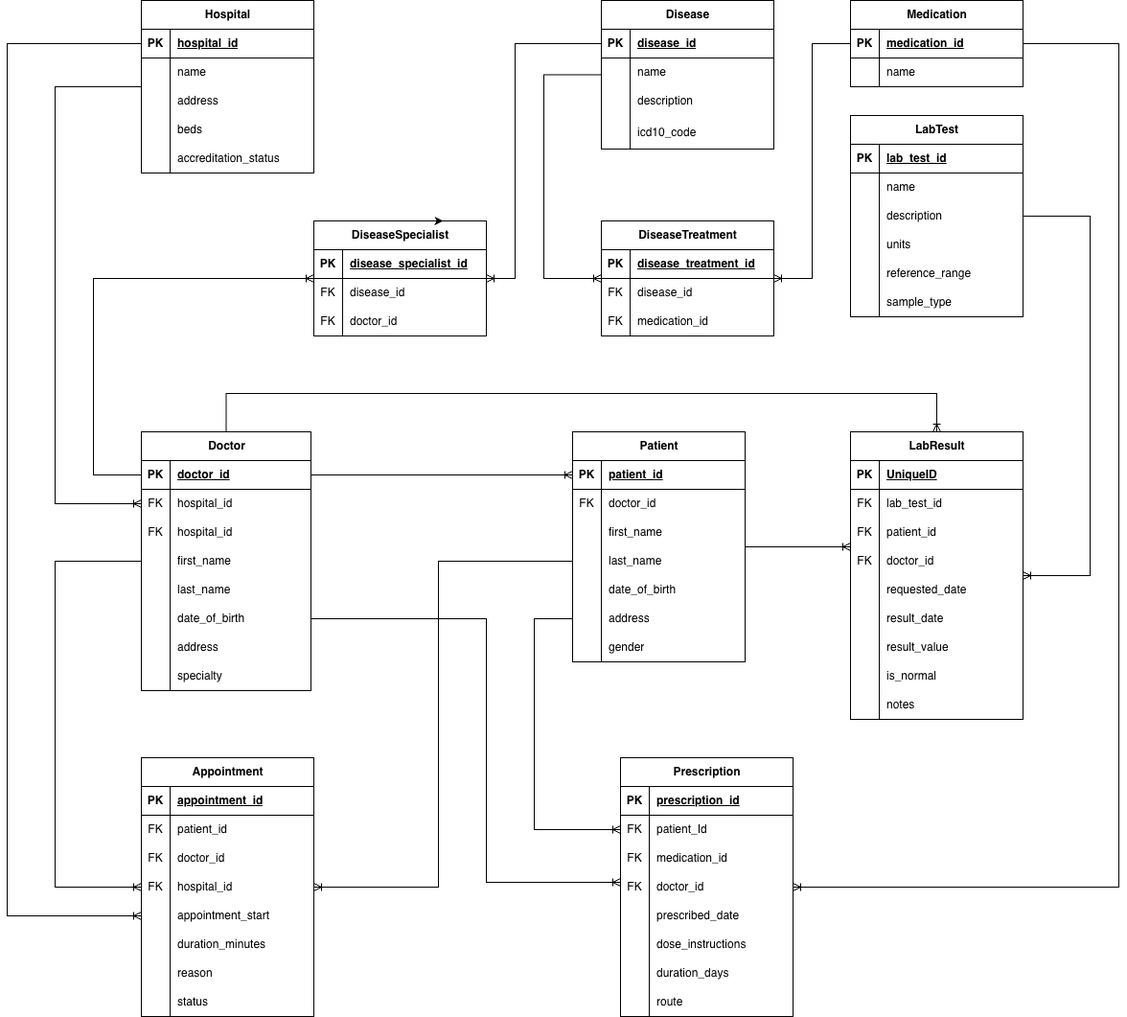
This is planning/erd.png from nyberry/HPDM172_assignment, a draw.io export, as it was before one commit. Source tidied: cells renumbered, new cells last; positions are measured from the earlier drawing's top-left corner, leaving out a move shared by most shapes.
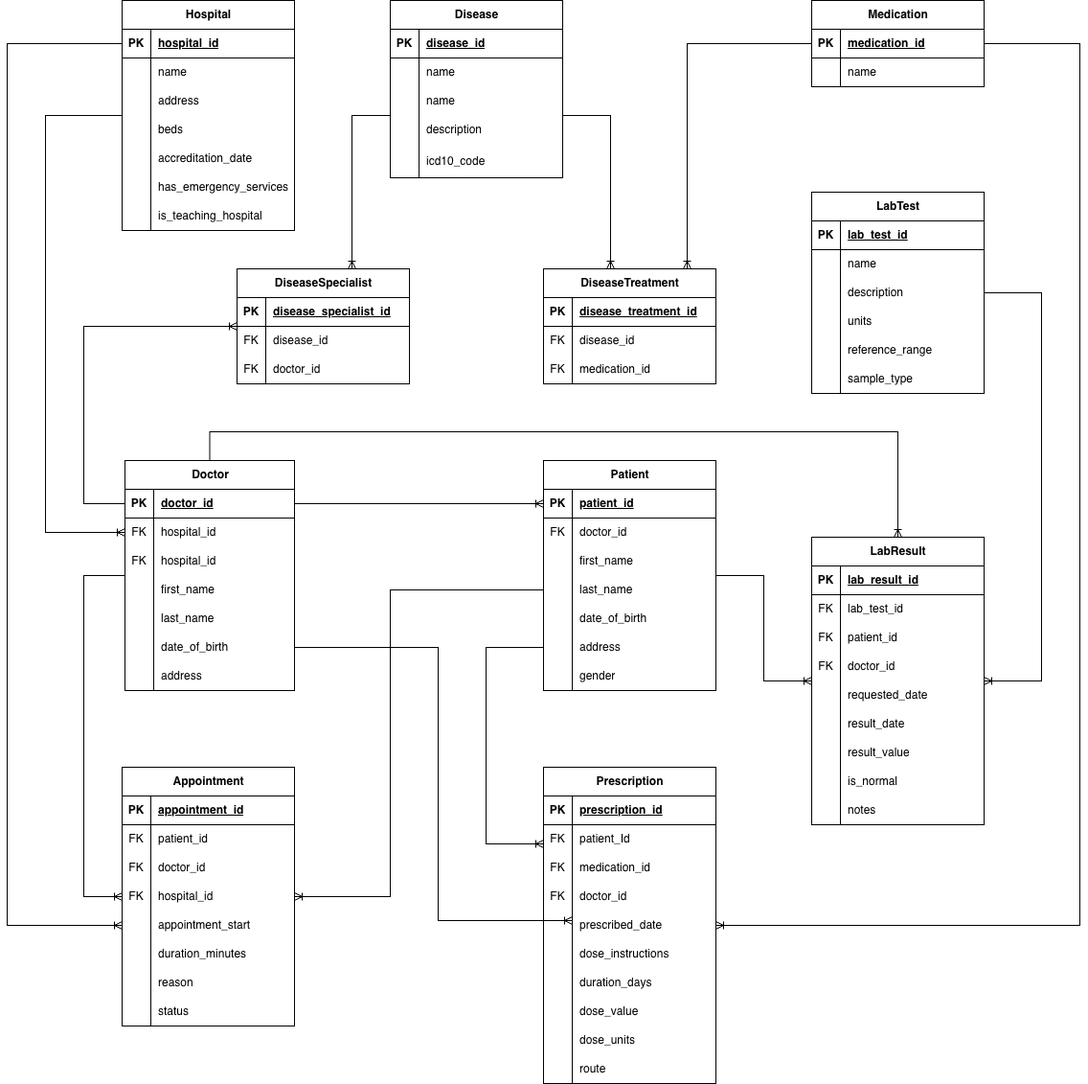
The same diagram one commit later.

Commit message:
update schema Hospital Doctor and Medication tables, update ERD

The edit, as a diff of the source:
```diff
@@ -5,3 +5,3 @@
     <mxCell id="2" value="Hospital" style="shape=table;startSize=30;rowLines=0;fontStyle=1;align=center;html=1;labelBackgroundColor=default;" parent="1" vertex="1">
-      <mxGeometry x="140" width="180" height="180" as="geometry" />
+      <mxGeometry x="170" y="-40" width="180" height="240" as="geometry" />
     </mxCell>
@@ -49,7 +49,25 @@
     </mxCell>
-    <mxCell id="17" value="accreditation_status" style="shape=partialRectangle;fillColor=none;top=0;left=0;bottom=0;right=0;align=left;spacingLeft=6;overflow=hidden;whiteSpace=wrap;html=1;" parent="15" vertex="1">
+    <mxCell id="17" value="accreditation_date" style="shape=partialRectangle;fillColor=none;top=0;left=0;bottom=0;right=0;align=left;spacingLeft=6;overflow=hidden;whiteSpace=wrap;html=1;" parent="15" vertex="1">
       <mxGeometry x="30" width="150" height="30" as="geometry" />
     </mxCell>
+    <mxCell id="219" style="shape=tableRow;horizontal=0;startSize=0;swimlaneHead=0;swimlaneBody=0;fillColor=none;top=0;left=0;right=0;bottom=0;" parent="2" vertex="1">
+      <mxGeometry y="180" width="180" height="30" as="geometry" />
+    </mxCell>
+    <mxCell id="220" style="shape=partialRectangle;fillColor=none;top=0;left=0;bottom=0;right=0;overflow=hidden;whiteSpace=wrap;html=1;" parent="219" vertex="1">
+      <mxGeometry width="30" height="30" as="geometry" />
+    </mxCell>
+    <mxCell id="221" value="has_emergency_services" style="shape=partialRectangle;fillColor=none;top=0;left=0;bottom=0;right=0;align=left;spacingLeft=6;overflow=hidden;whiteSpace=wrap;html=1;" parent="219" vertex="1">
+      <mxGeometry x="30" width="150" height="30" as="geometry" />
+    </mxCell>
+    <mxCell id="222" style="shape=tableRow;horizontal=0;startSize=0;swimlaneHead=0;swimlaneBody=0;fillColor=none;top=0;left=0;right=0;bottom=0;" parent="2" vertex="1">
+      <mxGeometry y="210" width="180" height="30" as="geometry" />
+    </mxCell>
+    <mxCell id="223" style="shape=partialRectangle;fillColor=none;top=0;left=0;bottom=0;right=0;overflow=hidden;whiteSpace=wrap;html=1;" parent="222" vertex="1">
+      <mxGeometry width="30" height="30" as="geometry" />
+    </mxCell>
+    <mxCell id="224" value="is_teaching_hospital" style="shape=partialRectangle;fillColor=none;top=0;left=0;bottom=0;right=0;align=left;spacingLeft=6;overflow=hidden;whiteSpace=wrap;html=1;" parent="222" vertex="1">
+      <mxGeometry x="30" width="150" height="30" as="geometry" />
+    </mxCell>
     <mxCell id="18" value="Doctor" style="shape=table;startSize=30;rowLines=0;fontStyle=1;align=center;html=1;" parent="1" vertex="1">
-      <mxGeometry x="140" y="450" width="177" height="270" as="geometry" />
+      <mxGeometry x="173" y="440" width="177" height="240" as="geometry" />
     </mxCell>
@@ -118,20 +136,4 @@
     </mxCell>
-    <mxCell id="40" style="shape=tableRow;horizontal=0;startSize=0;swimlaneHead=0;swimlaneBody=0;fillColor=none;top=0;left=0;right=0;bottom=0;" parent="18" vertex="1">
-      <mxGeometry y="240" width="177" height="30" as="geometry" />
-    </mxCell>
-    <mxCell id="41" style="shape=partialRectangle;fillColor=none;top=0;left=0;bottom=0;right=0;overflow=hidden;whiteSpace=wrap;html=1;" parent="40" vertex="1">
-      <mxGeometry width="30" height="30" as="geometry" />
-    </mxCell>
-    <mxCell id="42" value="specialty" style="shape=partialRectangle;fillColor=none;top=0;left=0;bottom=0;right=0;align=left;spacingLeft=6;overflow=hidden;whiteSpace=wrap;html=1;" parent="40" vertex="1">
-      <mxGeometry x="30" width="147" height="30" as="geometry" />
-    </mxCell>
-    <mxCell id="43" style="edgeStyle=elbowEdgeStyle;fontSize=12;html=1;endArrow=ERoneToMany;rounded=0;" parent="1" edge="1" source="2" target="22">
-      <mxGeometry relative="1" as="geometry">
-        <Array as="points">
-          <mxPoint x="50" y="310" />
-        </Array>
-      </mxGeometry>
-    </mxCell>
     <mxCell id="44" value="Patient" style="shape=table;startSize=30;rowLines=0;fontStyle=1;align=center;html=1;" parent="1" vertex="1">
-      <mxGeometry x="590" y="450" width="180" height="240" as="geometry" />
+      <mxGeometry x="610" y="440" width="180" height="240" as="geometry" />
     </mxCell>
@@ -204,3 +206,3 @@
     <mxCell id="67" value="Medication" style="shape=table;startSize=30;rowLines=0;fontStyle=1;align=center;html=1;" parent="1" vertex="1">
-      <mxGeometry x="880" width="180" height="90" as="geometry" />
+      <mxGeometry x="890" y="-40" width="180" height="90" as="geometry" />
     </mxCell>
@@ -225,3 +227,3 @@
     <mxCell id="74" value="Disease" style="shape=table;startSize=30;rowLines=0;fontStyle=1;align=center;html=1;" parent="1" vertex="1">
-      <mxGeometry x="620" width="180" height="155" as="geometry" />
+      <mxGeometry x="450" y="-40" width="180" height="185" as="geometry" />
     </mxCell>
@@ -236,4 +238,13 @@
     </mxCell>
+    <mxCell id="225" style="shape=tableRow;horizontal=0;startSize=0;swimlaneHead=0;swimlaneBody=0;fillColor=none;top=0;left=0;right=0;bottom=0;" parent="74" vertex="1">
+      <mxGeometry y="60" width="180" height="30" as="geometry" />
+    </mxCell>
+    <mxCell id="226" style="shape=partialRectangle;fillColor=none;top=0;left=0;bottom=0;right=0;overflow=hidden;whiteSpace=wrap;html=1;" parent="225" vertex="1">
+      <mxGeometry width="30" height="30" as="geometry" />
+    </mxCell>
+    <mxCell id="227" value="name" style="shape=partialRectangle;fillColor=none;top=0;left=0;bottom=0;right=0;align=left;spacingLeft=6;overflow=hidden;whiteSpace=wrap;html=1;" parent="225" vertex="1">
+      <mxGeometry x="30" width="150" height="30" as="geometry" />
+    </mxCell>
     <mxCell id="78" style="shape=tableRow;horizontal=0;startSize=0;swimlaneHead=0;swimlaneBody=0;fillColor=none;top=0;left=0;right=0;bottom=0;" parent="74" vertex="1">
-      <mxGeometry y="60" width="180" height="30" as="geometry" />
+      <mxGeometry y="90" width="180" height="30" as="geometry" />
     </mxCell>
@@ -246,3 +257,3 @@
     <mxCell id="81" style="shape=tableRow;horizontal=0;startSize=0;swimlaneHead=0;swimlaneBody=0;fillColor=none;top=0;left=0;right=0;bottom=0;" parent="74" vertex="1">
-      <mxGeometry y="90" width="180" height="30" as="geometry" />
+      <mxGeometry y="120" width="180" height="30" as="geometry" />
     </mxCell>
@@ -255,3 +266,3 @@
     <mxCell id="84" style="shape=tableRow;horizontal=0;startSize=0;swimlaneHead=0;swimlaneBody=0;fillColor=none;top=0;left=0;right=0;bottom=0;" parent="74" vertex="1">
-      <mxGeometry y="120" width="180" height="35" as="geometry" />
+      <mxGeometry y="150" width="180" height="35" as="geometry" />
     </mxCell>
@@ -264,3 +275,3 @@
     <mxCell id="87" value="LabTest" style="shape=table;startSize=30;rowLines=0;fontStyle=1;align=center;html=1;" parent="1" vertex="1">
-      <mxGeometry x="880" y="120" width="180" height="210" as="geometry" />
+      <mxGeometry x="890" y="160" width="180" height="210" as="geometry" />
     </mxCell>
@@ -321,3 +332,3 @@
     <mxCell id="106" value="Prescription" style="shape=table;startSize=30;rowLines=0;fontStyle=1;align=center;html=1;" parent="1" vertex="1">
-      <mxGeometry x="640" y="790" width="180" height="270" as="geometry" />
+      <mxGeometry x="610" y="760" width="180" height="330" as="geometry" />
     </mxCell>
@@ -386,4 +397,22 @@
     </mxCell>
+    <mxCell id="228" style="shape=tableRow;horizontal=0;startSize=0;swimlaneHead=0;swimlaneBody=0;fillColor=none;top=0;left=0;right=0;bottom=0;" parent="106" vertex="1">
+      <mxGeometry y="240" width="180" height="30" as="geometry" />
+    </mxCell>
+    <mxCell id="229" style="shape=partialRectangle;fillColor=none;top=0;left=0;bottom=0;right=0;overflow=hidden;whiteSpace=wrap;html=1;" parent="228" vertex="1">
+      <mxGeometry width="30" height="30" as="geometry" />
+    </mxCell>
+    <mxCell id="230" value="dose_value" style="shape=partialRectangle;fillColor=none;top=0;left=0;bottom=0;right=0;align=left;spacingLeft=6;overflow=hidden;whiteSpace=wrap;html=1;" parent="228" vertex="1">
+      <mxGeometry x="30" width="150" height="30" as="geometry" />
+    </mxCell>
+    <mxCell id="231" style="shape=tableRow;horizontal=0;startSize=0;swimlaneHead=0;swimlaneBody=0;fillColor=none;top=0;left=0;right=0;bottom=0;" parent="106" vertex="1">
+      <mxGeometry y="270" width="180" height="30" as="geometry" />
+    </mxCell>
+    <mxCell id="232" style="shape=partialRectangle;fillColor=none;top=0;left=0;bottom=0;right=0;overflow=hidden;whiteSpace=wrap;html=1;" parent="231" vertex="1">
+      <mxGeometry width="30" height="30" as="geometry" />
+    </mxCell>
+    <mxCell id="233" value="dose_units" style="shape=partialRectangle;fillColor=none;top=0;left=0;bottom=0;right=0;align=left;spacingLeft=6;overflow=hidden;whiteSpace=wrap;html=1;" parent="231" vertex="1">
+      <mxGeometry x="30" width="150" height="30" as="geometry" />
+    </mxCell>
     <mxCell id="128" style="shape=tableRow;horizontal=0;startSize=0;swimlaneHead=0;swimlaneBody=0;fillColor=none;top=0;left=0;right=0;bottom=0;" parent="106" vertex="1">
-      <mxGeometry y="240" width="180" height="30" as="geometry" />
+      <mxGeometry y="300" width="180" height="30" as="geometry" />
     </mxCell>
@@ -399,3 +428,3 @@
     <mxCell id="132" value="DiseaseTreatment" style="shape=table;startSize=30;rowLines=0;fontStyle=1;align=center;html=1;" parent="1" vertex="1">
-      <mxGeometry x="620" y="230" width="180" height="120" as="geometry" />
+      <mxGeometry x="610" y="240" width="180" height="120" as="geometry" />
     </mxCell>
@@ -429,3 +458,7 @@
     <mxCell id="142" style="edgeStyle=elbowEdgeStyle;fontSize=12;html=1;endArrow=ERoneToMany;rounded=0;" parent="1" edge="1" source="67" target="132">
-      <mxGeometry relative="1" as="geometry" />
+      <mxGeometry relative="1" as="geometry">
+        <Array as="points">
+          <mxPoint x="760" y="160" />
+        </Array>
+      </mxGeometry>
     </mxCell>
@@ -434,3 +467,3 @@
         <Array as="points">
-          <mxPoint x="560" y="180" />
+          <mxPoint x="680" y="80" />
           <mxPoint x="820" y="210" />
@@ -457,3 +490,3 @@
         <Array as="points">
-          <mxPoint x="1160" y="490" />
+          <mxPoint x="1170" y="470" />
         </Array>
@@ -462,3 +495,3 @@
     <mxCell id="147" value="LabResult" style="shape=table;startSize=30;rowLines=0;fontStyle=1;align=center;html=1;" parent="1" vertex="1">
-      <mxGeometry x="880" y="450" width="180" height="300" as="geometry" />
+      <mxGeometry x="890" y="520" width="180" height="300" as="geometry" />
     </mxCell>
@@ -470,3 +503,3 @@
     </mxCell>
-    <mxCell id="150" value="UniqueID" style="shape=partialRectangle;fillColor=none;top=0;left=0;bottom=0;right=0;align=left;spacingLeft=6;fontStyle=5;overflow=hidden;whiteSpace=wrap;html=1;" parent="148" vertex="1">
+    <mxCell id="150" value="lab_result_id" style="shape=partialRectangle;fillColor=none;top=0;left=0;bottom=0;right=0;align=left;spacingLeft=6;fontStyle=5;overflow=hidden;whiteSpace=wrap;html=1;" parent="148" vertex="1">
       <mxGeometry x="30" width="150" height="30" as="geometry" />
@@ -546,3 +579,3 @@
     <mxCell id="175" value="DiseaseSpecialist" style="shape=table;startSize=30;rowLines=0;fontStyle=1;align=center;html=1;" parent="1" vertex="1">
-      <mxGeometry x="320" y="230" width="180" height="120" as="geometry" />
+      <mxGeometry x="290" y="240" width="180" height="120" as="geometry" />
     </mxCell>
@@ -578,3 +611,3 @@
         <Array as="points">
-          <mxPoint x="90" y="400" />
+          <mxPoint x="130" y="400" />
         </Array>
@@ -582,6 +615,6 @@
     </mxCell>
-    <mxCell id="186" style="edgeStyle=elbowEdgeStyle;fontSize=12;html=1;endArrow=ERoneToMany;rounded=0;" parent="1" edge="1" source="75" target="175">
+    <mxCell id="186" style="edgeStyle=elbowEdgeStyle;fontSize=12;html=1;endArrow=ERoneToMany;rounded=0;" parent="1" edge="1" source="74" target="175">
       <mxGeometry relative="1" as="geometry">
         <Array as="points">
-          <mxPoint x="530" y="160" />
+          <mxPoint x="410" y="80" />
         </Array>
@@ -590,3 +623,3 @@
     <mxCell id="187" value="Appointment" style="shape=table;startSize=30;rowLines=0;fontStyle=1;align=center;html=1;" parent="1" vertex="1">
-      <mxGeometry x="140" y="790" width="180" height="270" as="geometry" />
+      <mxGeometry x="170" y="760" width="180" height="270" as="geometry" />
     </mxCell>
@@ -667,3 +700,3 @@
         <Array as="points">
-          <mxPoint x="50" y="750" />
+          <mxPoint x="130" y="740" />
         </Array>
@@ -681,3 +714,3 @@
         <Array as="points">
-          <mxPoint y="520" />
+          <mxPoint x="50" y="490" />
         </Array>
@@ -685,5 +718,2 @@
     </mxCell>
-    <mxCell id="215" style="edgeStyle=elbowEdgeStyle;rounded=0;orthogonalLoop=1;jettySize=auto;html=1;exitX=0.5;exitY=0;exitDx=0;exitDy=0;entryX=0.75;entryY=0;entryDx=0;entryDy=0;" parent="1" edge="1" source="175" target="175">
-      <mxGeometry relative="1" as="geometry" />
-    </mxCell>
     <mxCell id="216" style="edgeStyle=elbowEdgeStyle;fontSize=12;html=1;endArrow=ERoneToMany;rounded=0;" parent="1" edge="1" source="87" target="147">
@@ -695,8 +725,4 @@
     </mxCell>
-    <mxCell id="217" style="edgeStyle=elbowEdgeStyle;fontSize=12;html=1;endArrow=ERoneToMany;rounded=0;elbow=vertical;" parent="1" edge="1" source="44" target="147">
-      <mxGeometry relative="1" as="geometry">
-        <Array as="points">
-          <mxPoint x="820" y="570" />
-        </Array>
-      </mxGeometry>
+    <mxCell id="217" style="edgeStyle=elbowEdgeStyle;fontSize=12;html=1;endArrow=ERoneToMany;rounded=0;" parent="1" edge="1" source="44" target="147">
+      <mxGeometry relative="1" as="geometry" />
     </mxCell>
@@ -709,2 +735,9 @@
     </mxCell>
+    <mxCell id="43" style="edgeStyle=elbowEdgeStyle;fontSize=12;html=1;endArrow=ERoneToMany;rounded=0;" parent="1" edge="1" source="2" target="22">
+      <mxGeometry relative="1" as="geometry">
+        <Array as="points">
+          <mxPoint x="90" y="310" />
+        </Array>
+      </mxGeometry>
+    </mxCell>
   </root>
```
